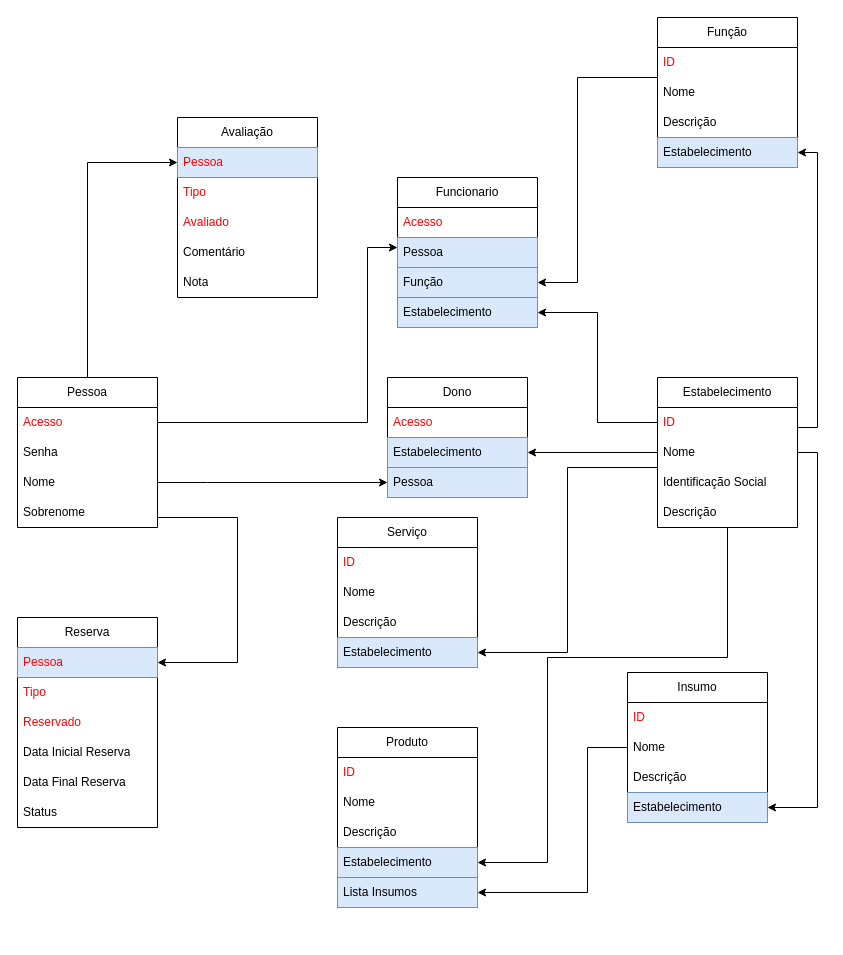
Above: MER.drawio in herli-son/Projeto-Programa-o-II (draw.io), before the change. Source tidied: cells renumbered, new cells numbered last; positions are measured from the earlier drawing's top-left corner, leaving out a move shared by most shapes. Both pictures are drawn from the tidied source at 100%, with x=0, y=0 at pixel (17, 17).
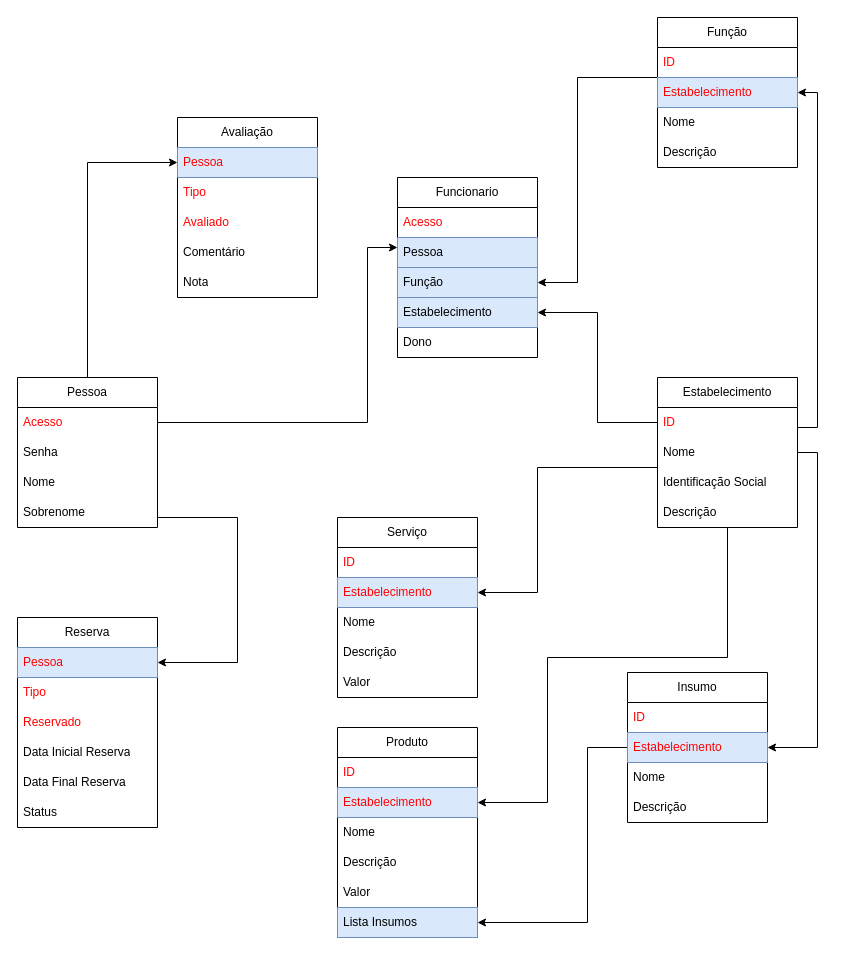
Above is the later version.

The change refers to these unchanged cells:
```xml
<mxCell id="5" value="Pessoa" style="swimlane;fontStyle=0;horizontal=1;startSize=30;whiteSpace=wrap;html=1;" parent="1" vertex="1">
  <mxGeometry y="360" width="140" height="150" as="geometry" />
</mxCell>
<mxCell id="19" value="Estabelecimento" style="swimlane;fontStyle=0;horizontal=1;startSize=30;whiteSpace=wrap;html=1;" parent="1" vertex="1">
  <mxGeometry x="640" y="360" width="140" height="150" as="geometry" />
</mxCell>
<mxCell id="21" value="Nome" style="text;strokeColor=none;fillColor=none;align=left;verticalAlign=middle;spacingLeft=4;spacingRight=4;overflow=hidden;points=[[0,0.5],[1,0.5]];portConstraint=eastwest;whiteSpace=wrap;html=1;" parent="19" vertex="1">
  <mxGeometry y="60" width="140" height="30" as="geometry" />
</mxCell>
<mxCell id="36" value="Função" style="swimlane;fontStyle=0;horizontal=1;startSize=30;whiteSpace=wrap;html=1;" parent="1" vertex="1">
  <mxGeometry x="640" width="140" height="150" as="geometry" />
</mxCell>
<mxCell id="47" value="Insumo" style="swimlane;fontStyle=0;horizontal=1;startSize=30;whiteSpace=wrap;html=1;" parent="1" vertex="1">
  <mxGeometry x="610" y="655" width="140" height="150" as="geometry" />
</mxCell>
```

What changed in the source:
```diff
@@
-    <mxCell id="4" style="edgeStyle=orthogonalEdgeStyle;rounded=0;jettySize=auto;html=1;" parent="1" edge="1" source="5" target="27">
-      <mxGeometry relative="1" as="geometry">
-        <Array as="points">
-          <mxPoint x="190" y="465" />
-          <mxPoint x="190" y="465" />
-        </Array>
-      </mxGeometry>
-    </mxCell>
@@
     <mxCell id="16" style="edgeStyle=orthogonalEdgeStyle;rounded=0;jettySize=auto;html=1;" parent="1" edge="1" source="19" target="56">
       <mxGeometry relative="1" as="geometry">
         <Array as="points">
           <mxPoint x="710" y="640" />
           <mxPoint x="530" y="640" />
-          <mxPoint x="530" y="845" />
+          <mxPoint x="530" y="785" />
         </Array>
       </mxGeometry>
     </mxCell>
-    <mxCell id="17" style="edgeStyle=orthogonalEdgeStyle;rounded=0;jettySize=auto;html=1;" parent="1" edge="1" source="19" target="26">
-      <mxGeometry relative="1" as="geometry" />
-    </mxCell>
     <mxCell id="18" style="edgeStyle=orthogonalEdgeStyle;rounded=0;jettySize=auto;html=1;" parent="1" edge="1" source="19" target="40">
       <mxGeometry relative="1" as="geometry">
         <Array as="points">
           <mxPoint x="800" y="410" />
-          <mxPoint x="800" y="135" />
+          <mxPoint x="800" y="75" />
         </Array>
       </mxGeometry>
     </mxCell>
@@
-    <mxCell id="24" value="Dono" style="swimlane;fontStyle=0;horizontal=1;startSize=30;whiteSpace=wrap;html=1;" parent="1" vertex="1">
-      <mxGeometry x="370" y="360" width="140" height="120" as="geometry" />
-    </mxCell>
-    <mxCell id="25" value="Acesso" style="text;align=left;verticalAlign=middle;spacingLeft=4;spacingRight=4;overflow=hidden;whiteSpace=wrap;html=1;fontColor=#ff0000;" parent="24" vertex="1">
-      <mxGeometry y="30" width="140" height="30" as="geometry" />
-    </mxCell>
-    <mxCell id="26" value="Estabelecimento" style="text;strokeColor=#6c8ebf;fillColor=#dae8fc;align=left;verticalAlign=middle;spacingLeft=4;spacingRight=4;overflow=hidden;points=[[0,0.5],[1,0.5]];portConstraint=eastwest;whiteSpace=wrap;html=1;" parent="24" vertex="1">
-      <mxGeometry y="60" width="140" height="30" as="geometry" />
-    </mxCell>
-    <mxCell id="27" value="Pessoa" style="text;strokeColor=#6c8ebf;fillColor=#dae8fc;align=left;verticalAlign=middle;spacingLeft=4;spacingRight=4;overflow=hidden;points=[[0,0.5],[1,0.5]];portConstraint=eastwest;whiteSpace=wrap;html=1;" parent="24" vertex="1">
-      <mxGeometry y="90" width="140" height="30" as="geometry" />
-    </mxCell>
     <mxCell id="28" value="Funcionario" style="swimlane;fontStyle=0;horizontal=1;startSize=30;whiteSpace=wrap;html=1;" parent="1" vertex="1">
-      <mxGeometry x="380" y="160" width="140" height="150" as="geometry" />
+      <mxGeometry x="380" y="160" width="140" height="180" as="geometry" />
     </mxCell>
@@
+    <mxCell id="24" value="Dono" style="text;align=left;verticalAlign=middle;spacingLeft=4;spacingRight=4;overflow=hidden;whiteSpace=wrap;html=1;fontColor=#050505;" parent="28" vertex="1">
+      <mxGeometry y="150" width="140" height="30" as="geometry" />
+    </mxCell>
@@
+    <mxCell id="40" value="Estabelecimento" style="text;strokeColor=#6c8ebf;fillColor=#dae8fc;align=left;verticalAlign=middle;spacingLeft=4;spacingRight=4;overflow=hidden;points=[[0,0.5],[1,0.5]];portConstraint=eastwest;whiteSpace=wrap;html=1;fontColor=#FF0000;" parent="36" vertex="1">
+      <mxGeometry y="60" width="140" height="30" as="geometry" />
+    </mxCell>
     <mxCell id="38" value="Nome" style="text;strokeColor=none;fillColor=none;align=left;verticalAlign=middle;spacingLeft=4;spacingRight=4;overflow=hidden;whiteSpace=wrap;html=1;" parent="36" vertex="1">
-      <mxGeometry y="60" width="140" height="30" as="geometry" />
+      <mxGeometry y="90" width="140" height="30" as="geometry" />
     </mxCell>
     <mxCell id="39" value="Descrição" style="text;strokeColor=none;fillColor=none;align=left;verticalAlign=middle;spacingLeft=4;spacingRight=4;overflow=hidden;whiteSpace=wrap;html=1;" parent="36" vertex="1">
-      <mxGeometry y="90" width="140" height="30" as="geometry" />
+      <mxGeometry y="120" width="140" height="30" as="geometry" />
     </mxCell>
-    <mxCell id="40" value="Estabelecimento" style="text;strokeColor=#6c8ebf;fillColor=#dae8fc;align=left;verticalAlign=middle;spacingLeft=4;spacingRight=4;overflow=hidden;points=[[0,0.5],[1,0.5]];portConstraint=eastwest;whiteSpace=wrap;html=1;" parent="36" vertex="1">
-      <mxGeometry y="120" width="140" height="30" as="geometry" />
-    </mxCell>
     <mxCell id="41" value="Serviço" style="swimlane;fontStyle=0;horizontal=1;startSize=30;whiteSpace=wrap;html=1;" parent="1" vertex="1">
-      <mxGeometry x="320" y="500" width="140" height="150" as="geometry" />
+      <mxGeometry x="320" y="500" width="140" height="180" as="geometry" />
     </mxCell>
@@
+    <mxCell id="45" value="Estabelecimento" style="text;strokeColor=#6c8ebf;fillColor=#dae8fc;align=left;verticalAlign=middle;spacingLeft=4;spacingRight=4;overflow=hidden;points=[[0,0.5],[1,0.5]];portConstraint=eastwest;whiteSpace=wrap;html=1;fontColor=#ff0000;" parent="41" vertex="1">
+      <mxGeometry y="60" width="140" height="30" as="geometry" />
+    </mxCell>
     <mxCell id="43" value="Nome" style="text;strokeColor=none;fillColor=none;align=left;verticalAlign=middle;spacingLeft=4;spacingRight=4;overflow=hidden;whiteSpace=wrap;html=1;" parent="41" vertex="1">
-      <mxGeometry y="60" width="140" height="30" as="geometry" />
+      <mxGeometry y="90" width="140" height="30" as="geometry" />
     </mxCell>
     <mxCell id="44" value="Descrição" style="text;strokeColor=none;fillColor=none;align=left;verticalAlign=middle;spacingLeft=4;spacingRight=4;overflow=hidden;whiteSpace=wrap;html=1;" parent="41" vertex="1">
-      <mxGeometry y="90" width="140" height="30" as="geometry" />
+      <mxGeometry y="120" width="140" height="30" as="geometry" />
     </mxCell>
-    <mxCell id="45" value="Estabelecimento" style="text;strokeColor=#6c8ebf;fillColor=#dae8fc;align=left;verticalAlign=middle;spacingLeft=4;spacingRight=4;overflow=hidden;points=[[0,0.5],[1,0.5]];portConstraint=eastwest;whiteSpace=wrap;html=1;" parent="41" vertex="1">
-      <mxGeometry y="120" width="140" height="30" as="geometry" />
-    </mxCell>
+    <mxCell id="67" value="Valor" style="text;strokeColor=none;fillColor=none;align=left;verticalAlign=middle;spacingLeft=4;spacingRight=4;overflow=hidden;whiteSpace=wrap;html=1;" parent="41" vertex="1">
+      <mxGeometry y="150" width="140" height="30" as="geometry" />
+    </mxCell>
     <mxCell id="46" style="edgeStyle=orthogonalEdgeStyle;rounded=0;jettySize=auto;html=1;" parent="1" edge="1" source="47" target="57">
       <mxGeometry relative="1" as="geometry">
         <Array as="points">
           <mxPoint x="570" y="730" />
-          <mxPoint x="570" y="875" />
+          <mxPoint x="570" y="905" />
         </Array>
       </mxGeometry>
     </mxCell>
@@
+    <mxCell id="51" value="Estabelecimento" style="text;strokeColor=#6c8ebf;fillColor=#dae8fc;align=left;verticalAlign=middle;spacingLeft=4;spacingRight=4;overflow=hidden;points=[[0,0.5],[1,0.5]];portConstraint=eastwest;whiteSpace=wrap;html=1;fontColor=#ff0000;" parent="47" vertex="1">
+      <mxGeometry y="60" width="140" height="30" as="geometry" />
+    </mxCell>
     <mxCell id="49" value="Nome" style="text;strokeColor=none;fillColor=none;align=left;verticalAlign=middle;spacingLeft=4;spacingRight=4;overflow=hidden;whiteSpace=wrap;html=1;" parent="47" vertex="1">
-      <mxGeometry y="60" width="140" height="30" as="geometry" />
+      <mxGeometry y="90" width="140" height="30" as="geometry" />
     </mxCell>
     <mxCell id="50" value="Descrição" style="text;strokeColor=none;fillColor=none;align=left;verticalAlign=middle;spacingLeft=4;spacingRight=4;overflow=hidden;whiteSpace=wrap;html=1;" parent="47" vertex="1">
-      <mxGeometry y="90" width="140" height="30" as="geometry" />
+      <mxGeometry y="120" width="140" height="30" as="geometry" />
     </mxCell>
-    <mxCell id="51" value="Estabelecimento" style="text;strokeColor=#6c8ebf;fillColor=#dae8fc;align=left;verticalAlign=middle;spacingLeft=4;spacingRight=4;overflow=hidden;points=[[0,0.5],[1,0.5]];portConstraint=eastwest;whiteSpace=wrap;html=1;" parent="47" vertex="1">
-      <mxGeometry y="120" width="140" height="30" as="geometry" />
-    </mxCell>
     <mxCell id="52" value="Produto" style="swimlane;fontStyle=0;horizontal=1;startSize=30;whiteSpace=wrap;html=1;" parent="1" vertex="1">
-      <mxGeometry x="320" y="710" width="140" height="180" as="geometry" />
+      <mxGeometry x="320" y="710" width="140" height="210" as="geometry" />
     </mxCell>
@@
+    <mxCell id="56" value="Estabelecimento" style="text;strokeColor=#6c8ebf;fillColor=#dae8fc;align=left;verticalAlign=middle;spacingLeft=4;spacingRight=4;overflow=hidden;points=[[0,0.5],[1,0.5]];portConstraint=eastwest;whiteSpace=wrap;html=1;fontColor=#FF0000;" parent="52" vertex="1">
+      <mxGeometry y="60" width="140" height="30" as="geometry" />
+    </mxCell>
     <mxCell id="54" value="Nome" style="text;strokeColor=none;fillColor=none;align=left;verticalAlign=middle;spacingLeft=4;spacingRight=4;overflow=hidden;whiteSpace=wrap;html=1;" parent="52" vertex="1">
-      <mxGeometry y="60" width="140" height="30" as="geometry" />
+      <mxGeometry y="90" width="140" height="30" as="geometry" />
     </mxCell>
     <mxCell id="55" value="Descrição" style="text;strokeColor=none;fillColor=none;align=left;verticalAlign=middle;spacingLeft=4;spacingRight=4;overflow=hidden;whiteSpace=wrap;html=1;" parent="52" vertex="1">
-      <mxGeometry y="90" width="140" height="30" as="geometry" />
+      <mxGeometry y="120" width="140" height="30" as="geometry" />
     </mxCell>
-    <mxCell id="56" value="Estabelecimento" style="text;strokeColor=#6c8ebf;fillColor=#dae8fc;align=left;verticalAlign=middle;spacingLeft=4;spacingRight=4;overflow=hidden;points=[[0,0.5],[1,0.5]];portConstraint=eastwest;whiteSpace=wrap;html=1;" parent="52" vertex="1">
-      <mxGeometry y="120" width="140" height="30" as="geometry" />
-    </mxCell>
+    <mxCell id="68" value="Valor" style="text;strokeColor=none;fillColor=none;align=left;verticalAlign=middle;spacingLeft=4;spacingRight=4;overflow=hidden;whiteSpace=wrap;html=1;" parent="52" vertex="1">
+      <mxGeometry y="150" width="140" height="30" as="geometry" />
+    </mxCell>
     <mxCell id="57" value="Lista Insumos" style="text;strokeColor=#6c8ebf;fillColor=#dae8fc;align=left;verticalAlign=middle;spacingLeft=4;spacingRight=4;overflow=hidden;points=[[0,0.5],[1,0.5]];portConstraint=eastwest;whiteSpace=wrap;html=1;" parent="52" vertex="1">
-      <mxGeometry y="150" width="140" height="30" as="geometry" />
+      <mxGeometry y="180" width="140" height="30" as="geometry" />
     </mxCell>
     <mxCell id="58" style="edgeStyle=orthogonalEdgeStyle;rounded=0;jettySize=auto;html=1;" parent="1" edge="1" source="21" target="45">
       <mxGeometry relative="1" as="geometry">
         <Array as="points">
-          <mxPoint x="550" y="450" />
-          <mxPoint x="550" y="635" />
+          <mxPoint x="520" y="450" />
+          <mxPoint x="520" y="575" />
         </Array>
       </mxGeometry>
     </mxCell>
     <mxCell id="59" style="edgeStyle=orthogonalEdgeStyle;rounded=0;jettySize=auto;html=1;" parent="1" edge="1" source="21" target="51">
       <mxGeometry relative="1" as="geometry">
         <Array as="points">
           <mxPoint x="800" y="435" />
-          <mxPoint x="800" y="790" />
+          <mxPoint x="800" y="730" />
         </Array>
       </mxGeometry>
     </mxCell>
```
